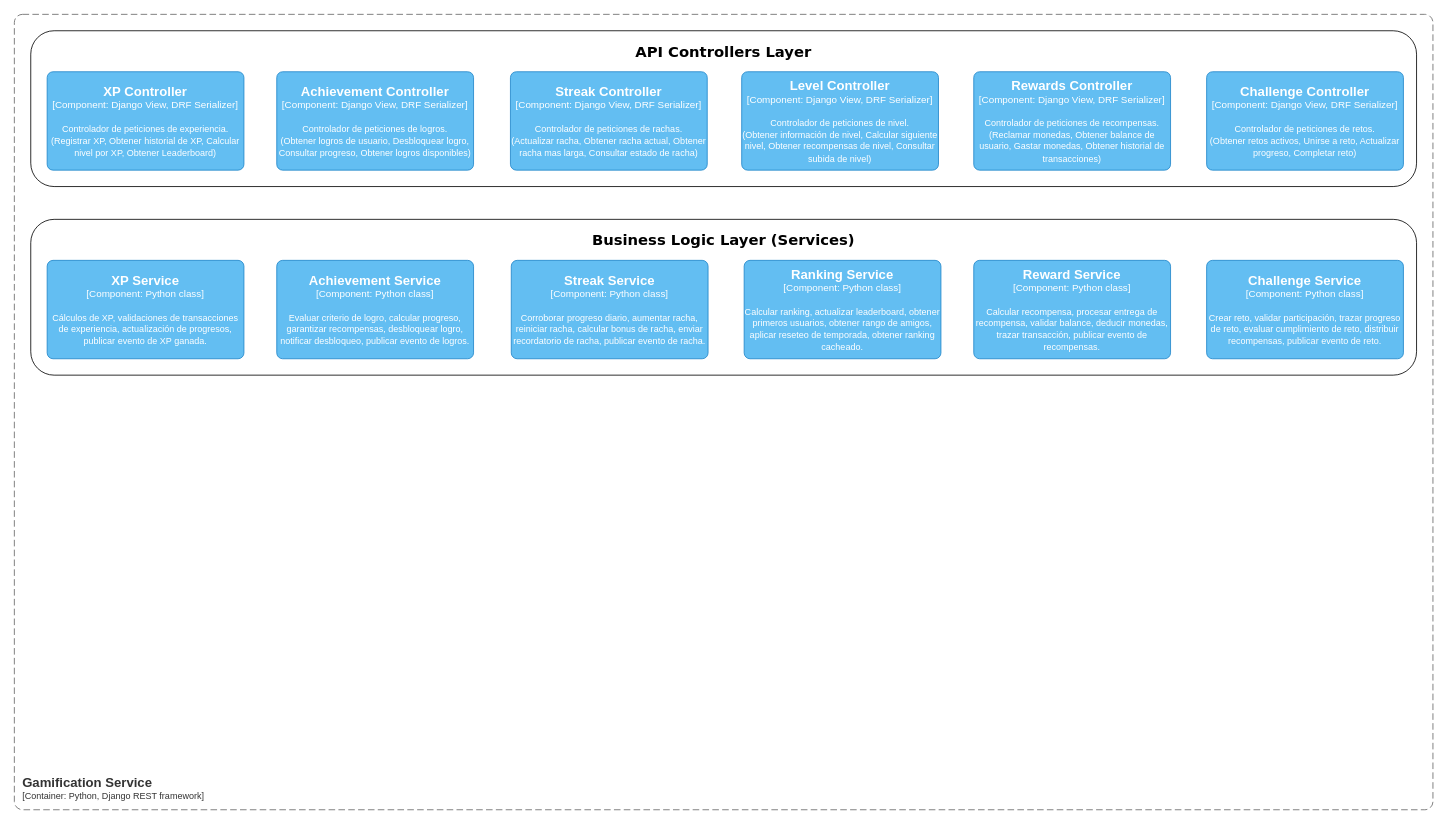
caupolicanre/software-engineering-gamify keeps this draw.io diagram as page "C4 - Components (Gamification Service)" (5 of 6) of docs/design/C4.drawio. Above is the earlier version. Source tidied: cells renumbered, new cells numbered last; positions are measured from the earlier drawing's top-left corner, leaving out a move shared by most shapes. Both pictures are drawn from the tidied source at 82%, with x=0, y=0 at pixel (14, 14).
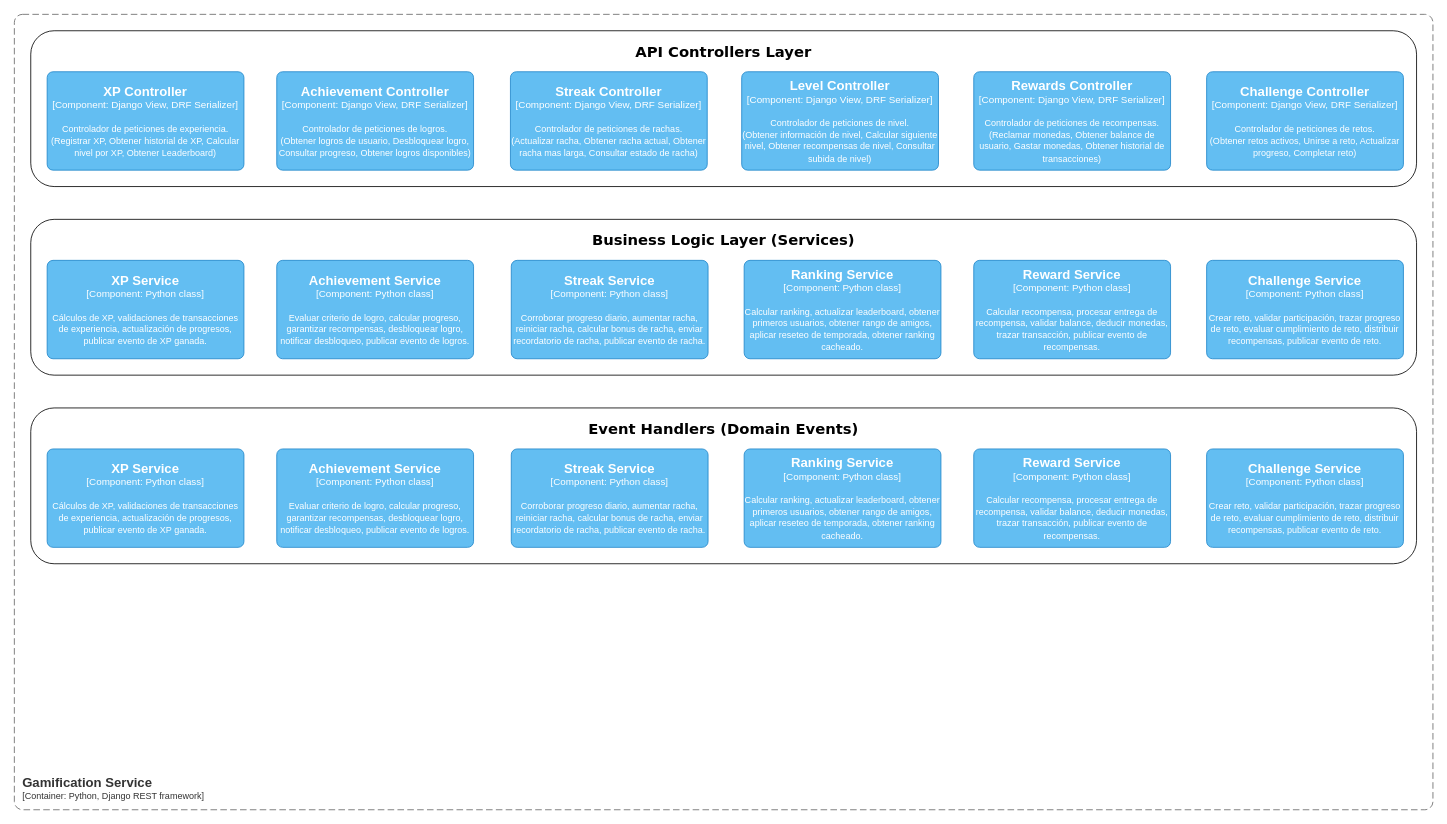
The same page after the edit.

Commit message:
docs(C4): add event handlers

Change to the diagram source:
```diff
@@
+    <mxCell id="21" style="group;" parent="1" vertex="1">
+      <mxGeometry x="20" y="480" width="1690" height="190" as="geometry" />
+    </mxCell>
+    <mxCell id="22" style="rounded=1;whiteSpace=wrap;html=1;" parent="21" vertex="1">
+      <mxGeometry width="1690" height="190" as="geometry" />
+    </mxCell>
+    <mxCell id="23" value="&lt;font style=&quot;font-size: 18px;&quot; face=&quot;Verdana&quot;&gt;&lt;b&gt;Event Handlers (Domain Events)&lt;/b&gt;&lt;/font&gt;" style="text;html=1;align=center;verticalAlign=middle;whiteSpace=wrap;rounded=0;" parent="21" vertex="1">
+      <mxGeometry x="660" y="10" width="370" height="30" as="geometry" />
+    </mxCell>
+    <object id="24" label="&lt;font style=&quot;font-size: 16px&quot;&gt;&lt;b&gt;%c4Name%&lt;/b&gt;&lt;/font&gt;&lt;div&gt;[%c4Type%: %c4Technology%]&lt;/div&gt;&lt;br&gt;&lt;div&gt;&lt;font style=&quot;font-size: 11px&quot;&gt;%c4Description%&lt;/font&gt;&lt;/div&gt;" c4Description="Cálculos de XP, validaciones de transacciones de experiencia, actualización de progresos, publicar evento de XP ganada." c4Name="XP Service" c4Technology="Python class" c4Type="Component" placeholders="1">
+      <mxCell style="rounded=1;whiteSpace=wrap;html=1;labelBackgroundColor=none;fillColor=#63BEF2;fontColor=#ffffff;align=center;arcSize=6;strokeColor=#2086C9;" parent="21" vertex="1">
+        <mxGeometry x="20" y="50" width="240" height="120" as="geometry" />
+      </mxCell>
+    </object>
+    <object id="25" label="&lt;font style=&quot;font-size: 16px&quot;&gt;&lt;b&gt;%c4Name%&lt;/b&gt;&lt;/font&gt;&lt;div&gt;[%c4Type%: %c4Technology%]&lt;/div&gt;&lt;br&gt;&lt;div&gt;&lt;font style=&quot;font-size: 11px&quot;&gt;%c4Description%&lt;/font&gt;&lt;/div&gt;" c4Description="Evaluar criterio de logro, calcular progreso, garantizar recompensas, desbloquear logro, notificar desbloqueo, publicar evento de logros." c4Name="Achievement Service" c4Technology="Python class" c4Type="Component" placeholders="1">
+      <mxCell style="rounded=1;whiteSpace=wrap;html=1;labelBackgroundColor=none;fillColor=#63BEF2;fontColor=#ffffff;align=center;arcSize=6;strokeColor=#2086C9;" parent="21" vertex="1">
+        <mxGeometry x="300" y="50" width="240" height="120" as="geometry" />
+      </mxCell>
+    </object>
+    <object id="26" label="&lt;font style=&quot;font-size: 16px&quot;&gt;&lt;b&gt;%c4Name%&lt;/b&gt;&lt;/font&gt;&lt;div&gt;[%c4Type%: %c4Technology%]&lt;/div&gt;&lt;br&gt;&lt;div&gt;&lt;font style=&quot;font-size: 11px&quot;&gt;%c4Description%&lt;/font&gt;&lt;/div&gt;" c4Description="Corroborar progreso diario, aumentar racha, reiniciar racha, calcular bonus de racha, enviar recordatorio de racha, publicar evento de racha." c4Name="Streak Service" c4Technology="Python class" c4Type="Component" placeholders="1">
+      <mxCell style="rounded=1;whiteSpace=wrap;html=1;labelBackgroundColor=none;fillColor=#63BEF2;fontColor=#ffffff;align=center;arcSize=6;strokeColor=#2086C9;" parent="21" vertex="1">
+        <mxGeometry x="586" y="50" width="240" height="120" as="geometry" />
+      </mxCell>
+    </object>
+    <object id="27" label="&lt;font style=&quot;font-size: 16px&quot;&gt;&lt;b&gt;%c4Name%&lt;/b&gt;&lt;/font&gt;&lt;div&gt;[%c4Type%: %c4Technology%]&lt;/div&gt;&lt;br&gt;&lt;div&gt;&lt;font style=&quot;font-size: 11px&quot;&gt;%c4Description%&lt;/font&gt;&lt;/div&gt;" c4Description="Crear reto, validar participación, trazar progreso de reto, evaluar cumplimiento de reto, distribuir recompensas, publicar evento de reto." c4Name="Challenge Service" c4Technology="Python class" c4Type="Component" placeholders="1">
+      <mxCell style="rounded=1;whiteSpace=wrap;html=1;labelBackgroundColor=none;fillColor=#63BEF2;fontColor=#ffffff;align=center;arcSize=6;strokeColor=#2086C9;" parent="21" vertex="1">
+        <mxGeometry x="1434" y="50" width="240" height="120" as="geometry" />
+      </mxCell>
+    </object>
+    <object id="28" label="&lt;font style=&quot;font-size: 16px&quot;&gt;&lt;b&gt;%c4Name%&lt;/b&gt;&lt;/font&gt;&lt;div&gt;[%c4Type%: %c4Technology%]&lt;/div&gt;&lt;br&gt;&lt;div&gt;&lt;font style=&quot;font-size: 11px&quot;&gt;%c4Description%&lt;/font&gt;&lt;/div&gt;" c4Description="Calcular recompensa, procesar entrega de recompensa, validar balance, deducir monedas, trazar transacción, publicar evento de recompensas." c4Name="Reward Service" c4Technology="Python class" c4Type="Component" placeholders="1">
+      <mxCell style="rounded=1;whiteSpace=wrap;html=1;labelBackgroundColor=none;fillColor=#63BEF2;fontColor=#ffffff;align=center;arcSize=6;strokeColor=#2086C9;" parent="21" vertex="1">
+        <mxGeometry x="1150" y="50" width="240" height="120" as="geometry" />
+      </mxCell>
+    </object>
+    <object id="29" label="&lt;font style=&quot;font-size: 16px&quot;&gt;&lt;b&gt;%c4Name%&lt;/b&gt;&lt;/font&gt;&lt;div&gt;[%c4Type%: %c4Technology%]&lt;/div&gt;&lt;br&gt;&lt;div&gt;&lt;font style=&quot;font-size: 11px&quot;&gt;%c4Description%&lt;/font&gt;&lt;/div&gt;" c4Description="Calcular ranking, actualizar leaderboard, obtener primeros usuarios, obtener rango de amigos, aplicar reseteo de temporada, obtener ranking cacheado." c4Name="Ranking Service" c4Technology="Python class" c4Type="Component" placeholders="1">
+      <mxCell style="rounded=1;whiteSpace=wrap;html=1;labelBackgroundColor=none;fillColor=#63BEF2;fontColor=#ffffff;align=center;arcSize=6;strokeColor=#2086C9;" parent="21" vertex="1">
+        <mxGeometry x="870" y="50" width="240" height="120" as="geometry" />
+      </mxCell>
+    </object>
```
